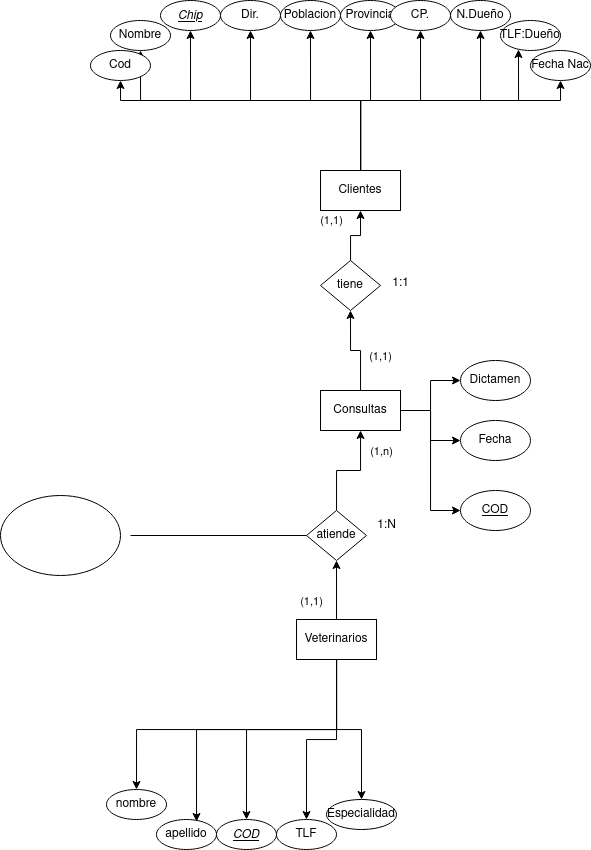
adogonz23/BAE keeps this draw.io diagram as Ejercicios/images/Diagrama_BAE_E4.drawio.png. Above is the earlier version. Source tidied: cells renumbered, new cells last; positions are measured from the earlier drawing's top-left corner, leaving out a move shared by most shapes.
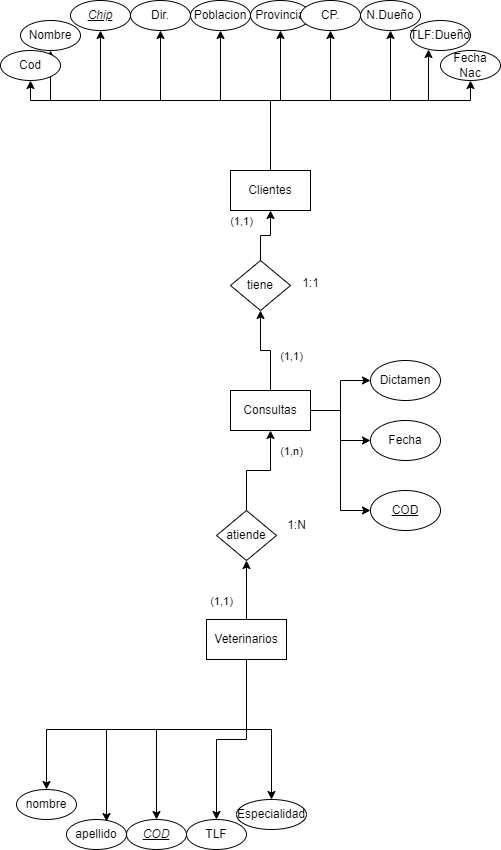
Later version of the same file.

Diff of the diagram source:
```diff
@@ -213,13 +213,5 @@
     <mxCell id="52" value="1:N" style="text;html=1;align=center;verticalAlign=middle;strokeColor=none;fillColor=none;" parent="1" vertex="1">
       <mxGeometry x="366" y="510" width="40" height="30" as="geometry" />
     </mxCell>
-    <mxCell id="53" style="endArrow=none;html=1;rounded=0;entryX=0;entryY=0.5;entryDx=0;entryDy=0;" parent="1" edge="1" target="27">
-      <mxGeometry relative="1" as="geometry">
-        <mxPoint x="130" y="535" as="sourcePoint" />
-      </mxGeometry>
-    </mxCell>
-    <mxCell id="54" style="ellipse;whiteSpace=wrap;html=1;" parent="1" vertex="1">
-      <mxGeometry y="495" width="120" height="80" as="geometry" />
-    </mxCell>
   </root>
 </mxGraphModel>
```
